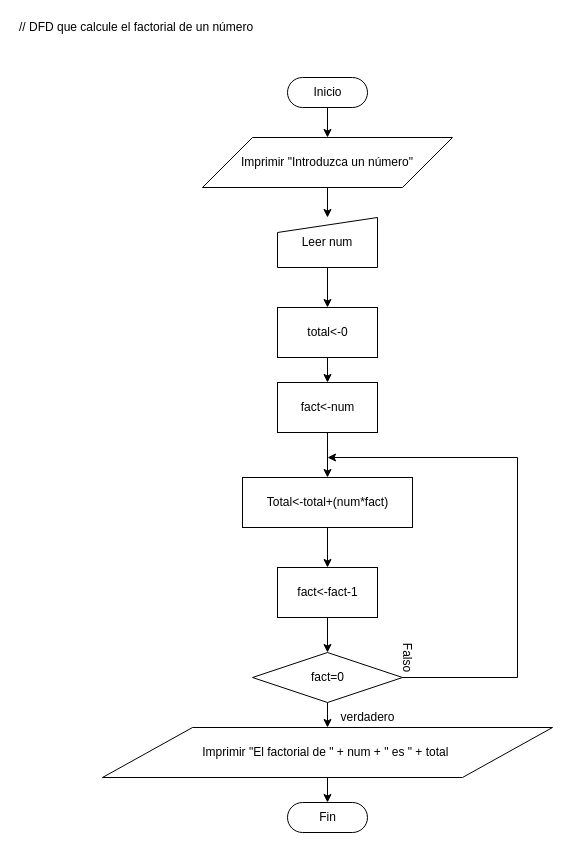
Earlier version of the draw.io diagram Factorial.drawio (Alejandrogaralv/Programacion). Source tidied: cells renumbered, new cells numbered last; positions are measured from the earlier drawing's top-left corner, leaving out a move shared by most shapes. Both pictures are drawn from the tidied source at 100%, with x=0, y=0 at pixel (17, 17).
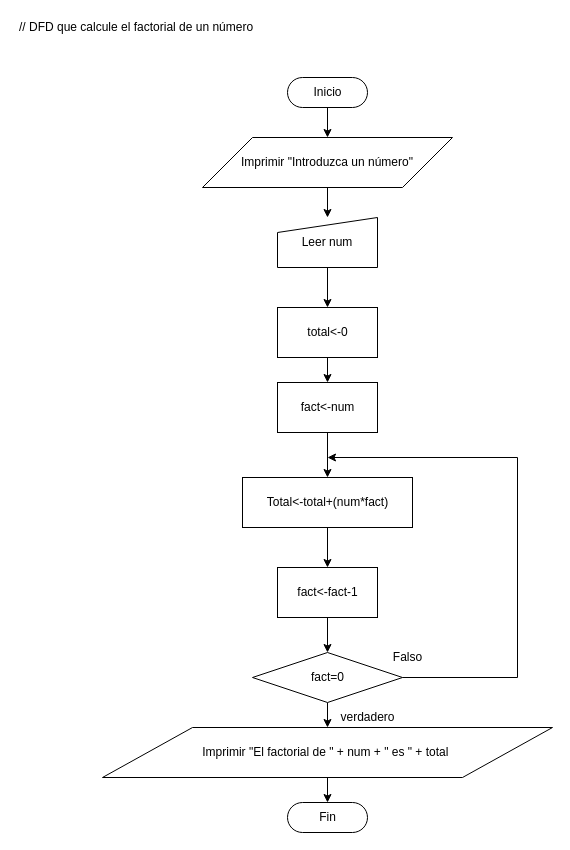
After the change.

Change to the diagram source:
```diff
@@
-    <mxCell id="20" value="Falso" style="text;html=1;align=center;verticalAlign=middle;strokeColor=none;rotation=90;" parent="1" vertex="1">
+    <mxCell id="20" value="Falso" style="text;html=1;align=center;verticalAlign=middle;strokeColor=none;rotation=0;" parent="1" vertex="1">
       <mxGeometry x="370" y="630" width="40" height="20" as="geometry" />
     </mxCell>
```
